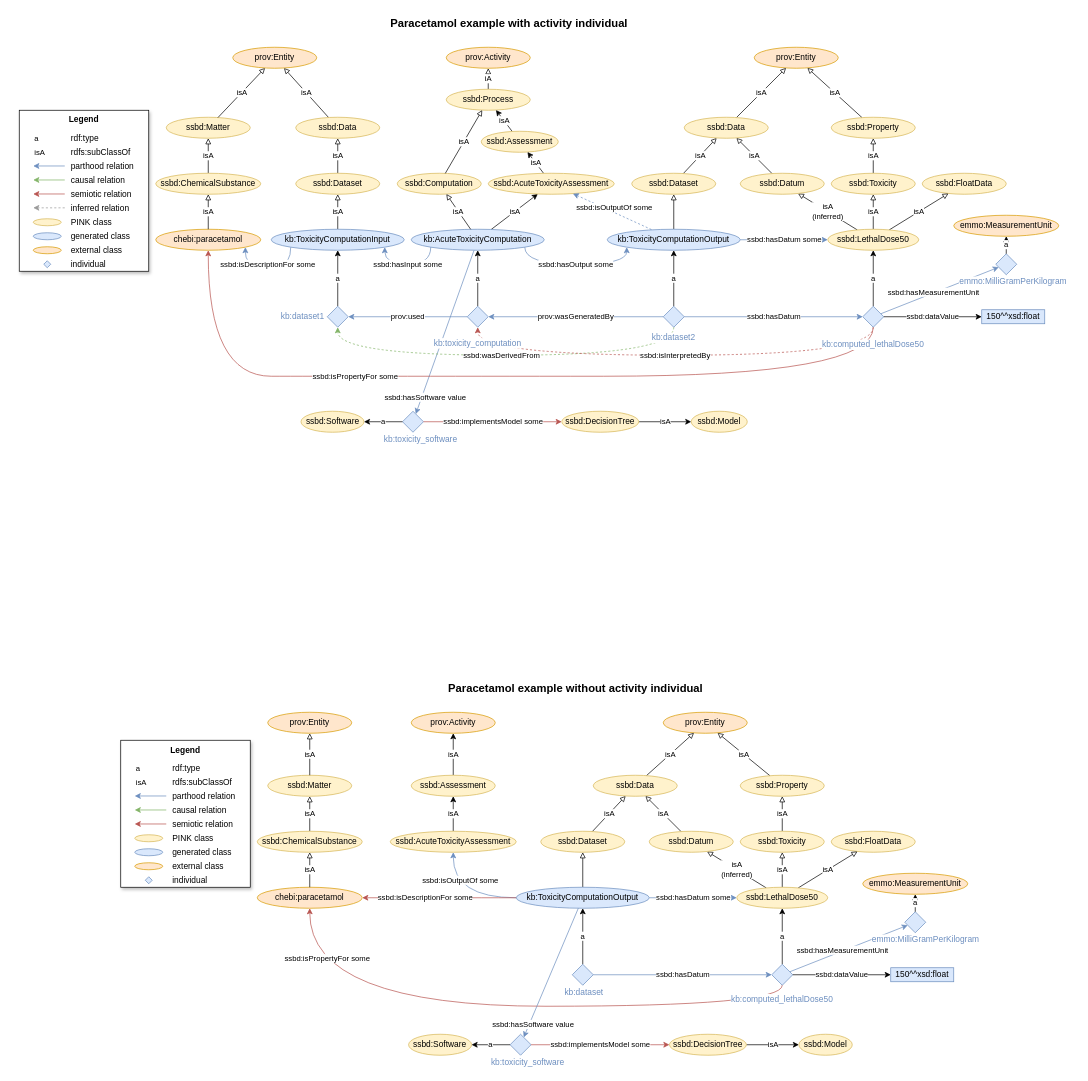
Above: page "example" (6 of 8) of docs/figs/figures.drawio in ssbd-ontology/core (draw.io), before the change. Source tidied: cells renumbered, new cells numbered last; positions are measured from the earlier drawing's top-left corner, leaving out a move shared by most shapes. Both pictures are drawn from the tidied source at 70%, with x=0, y=0 at pixel (12, 12).
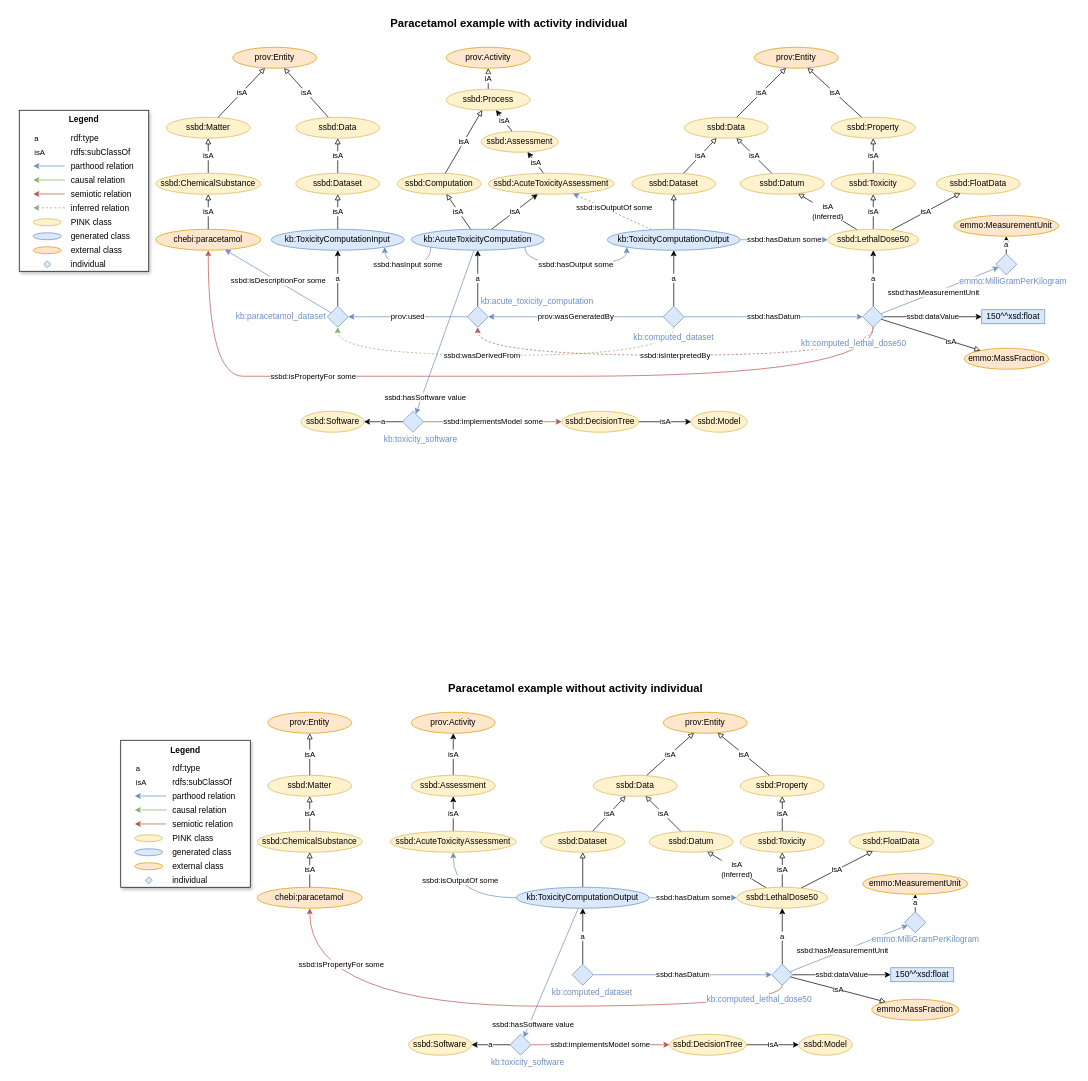
After the change.

Commit message (it also covers changes not shown here):
Added paracetamol example

Unchanged cells that the change refers to:
```xml
<mxCell id="9" value="chebi:paracetamol" style="ellipse;whiteSpace=wrap;html=1;fillColor=#ffe6cc;strokeColor=#d79b00;" parent="1" vertex="1">
  <mxGeometry x="205" y="310" width="150" height="30" as="geometry" />
</mxCell>
<mxCell id="26" value="kb:ToxicityComputationInput" style="ellipse;whiteSpace=wrap;html=1;fillColor=#dae8fc;strokeColor=#6c8ebf;" parent="1" vertex="1">
  <mxGeometry x="370" y="310" width="190" height="30" as="geometry" />
</mxCell>
<mxCell id="28" style="rhombus;whiteSpace=wrap;html=1;fillColor=#dae8fc;strokeColor=#6c8ebf;" parent="1" vertex="1">
  <mxGeometry x="450" y="420" width="30" height="30" as="geometry" />
</mxCell>
<mxCell id="40" style="rhombus;whiteSpace=wrap;html=1;fillColor=#dae8fc;strokeColor=#6c8ebf;" parent="1" vertex="1">
  <mxGeometry x="930" y="420" width="30" height="30" as="geometry" />
</mxCell>
<mxCell id="55" style="rhombus;whiteSpace=wrap;html=1;fillColor=#dae8fc;strokeColor=#6c8ebf;" parent="1" vertex="1">
  <mxGeometry x="1215" y="420" width="30" height="30" as="geometry" />
</mxCell>
<mxCell id="90" value="chebi:paracetamol" style="ellipse;whiteSpace=wrap;html=1;fillColor=#ffe6cc;strokeColor=#d79b00;" parent="1" vertex="1">
  <mxGeometry x="350" y="1250" width="150" height="30" as="geometry" />
</mxCell>
<mxCell id="97" value="kb:ToxicityComputationOutput" style="ellipse;whiteSpace=wrap;html=1;fillColor=#dae8fc;strokeColor=#6c8ebf;" parent="1" vertex="1">
  <mxGeometry x="720" y="1250" width="190" height="30" as="geometry" />
</mxCell>
<mxCell id="110" style="rhombus;whiteSpace=wrap;html=1;fillColor=#dae8fc;strokeColor=#6c8ebf;" parent="1" vertex="1">
  <mxGeometry x="1085" y="1360" width="30" height="30" as="geometry" />
</mxCell>
```

Diff of the diagram source:
```diff
@@
     <mxCell id="7" value="ssbd:wasDerivedFrom" style="edgeStyle=orthogonalEdgeStyle;shape=connector;rounded=0;jettySize=auto;html=1;strokeColor=#82b366;align=center;verticalAlign=middle;fontFamily=Helvetica;fontSize=11;fontColor=default;labelBackgroundColor=default;endArrow=classic;endFill=1;curved=1;fillColor=#d5e8d4;dashed=1;" parent="1" edge="1" source="40" target="28">
-      <mxGeometry x="0.02" relative="1" as="geometry">
+      <mxGeometry x="0.12" relative="1" as="geometry">
         <Array as="points">
           <mxPoint x="945" y="490" />
           <mxPoint x="465" y="490" />
         </Array>
       </mxGeometry>
     </mxCell>
@@
-    <mxCell id="25" value="ssbd:isDescriptionFor some" style="edgeStyle=orthogonalEdgeStyle;shape=connector;rounded=0;jettySize=auto;html=1;strokeColor=#6c8ebf;align=center;verticalAlign=middle;fontFamily=Helvetica;fontSize=11;fontColor=default;labelBackgroundColor=default;endArrow=classic;endFill=1;exitX=0;exitY=1;exitDx=0;exitDy=0;entryX=1;entryY=1;entryDx=0;entryDy=0;curved=1;fillColor=#dae8fc;" parent="1" edge="1" source="26" target="9">
-      <mxGeometry relative="1" as="geometry">
-        <Array as="points">
-          <mxPoint x="365" y="360" />
-          <mxPoint x="365" y="360" />
-        </Array>
-      </mxGeometry>
+    <mxCell id="25" value="ssbd:isDescriptionFor some" style="shape=connector;rounded=0;jettySize=auto;html=1;strokeColor=#6c8ebf;align=center;verticalAlign=middle;fontFamily=Helvetica;fontSize=11;fontColor=default;labelBackgroundColor=default;endArrow=classic;endFill=1;fillColor=#dae8fc;" parent="1" edge="1" source="28" target="9">
+      <mxGeometry relative="1" as="geometry" />
     </mxCell>
@@
-    <mxCell id="29" value="&lt;font color=&quot;#6c8ebf&quot;&gt;kb:dataset1&lt;/font&gt;" style="text;html=1;align=center;verticalAlign=middle;whiteSpace=wrap;rounded=0;labelBackgroundColor=default;" parent="1" vertex="1">
-      <mxGeometry x="380" y="425" width="70" height="20" as="geometry" />
+    <mxCell id="29" value="&lt;font color=&quot;#6c8ebf&quot;&gt;kb:paracetamol_dataset&lt;/font&gt;" style="text;html=1;align=right;verticalAlign=middle;whiteSpace=wrap;rounded=0;labelBackgroundColor=default;" parent="1" vertex="1">
+      <mxGeometry x="320" y="425" width="130" height="20" as="geometry" />
     </mxCell>
@@
-    <mxCell id="41" value="&lt;font color=&quot;#6c8ebf&quot;&gt;kb:dataset2&lt;/font&gt;" style="text;html=1;align=center;verticalAlign=middle;whiteSpace=wrap;rounded=0;labelBackgroundColor=default;" parent="1" vertex="1">
+    <mxCell id="41" value="&lt;font color=&quot;#6c8ebf&quot;&gt;kb:computed_dataset&lt;/font&gt;" style="text;html=1;align=center;verticalAlign=middle;whiteSpace=wrap;rounded=0;labelBackgroundColor=default;" parent="1" vertex="1">
       <mxGeometry x="915" y="455" width="60" height="20" as="geometry" />
     </mxCell>
@@
-    <mxCell id="57" value="ssbd:isPropertyFor some" style="edgeStyle=orthogonalEdgeStyle;shape=connector;rounded=0;jettySize=auto;html=1;strokeColor=#b85450;align=center;verticalAlign=middle;fontFamily=Helvetica;fontSize=11;fontColor=default;labelBackgroundColor=default;endArrow=classic;endFill=1;curved=1;fillColor=#f8cecc;exitX=0.5;exitY=1;exitDx=0;exitDy=0;" parent="1" edge="1" source="55" target="9">
-      <mxGeometry x="0.35" relative="1" as="geometry">
+    <mxCell id="57" value="ssbd:isPropertyFor some" style="edgeStyle=orthogonalEdgeStyle;shape=connector;rounded=0;jettySize=auto;html=1;strokeColor=#b85450;align=center;verticalAlign=middle;fontFamily=Helvetica;fontSize=11;fontColor=default;labelBackgroundColor=default;endArrow=classic;endFill=1;curved=1;fillColor=#f8cecc;exitX=0.5;exitY=1;exitDx=0;exitDy=0;startArrow=none;" parent="1" edge="1" source="55" target="9">
+      <mxGeometry x="0.45" relative="1" as="geometry">
         <Array as="points">
           <mxPoint x="1230" y="520" />
-          <mxPoint x="460" y="500" />
+          <mxPoint x="380" y="470" />
           <mxPoint x="280" y="520" />
         </Array>
       </mxGeometry>
     </mxCell>
-    <mxCell id="58" value="&lt;font color=&quot;#6c8ebf&quot;&gt;kb:computed_lethalDose50&lt;/font&gt;" style="text;html=1;align=center;verticalAlign=middle;whiteSpace=wrap;rounded=0;labelBackgroundColor=default;" parent="1" vertex="1">
-      <mxGeometry x="1200" y="465" width="60" height="20" as="geometry" />
-    </mxCell>
     <mxCell id="59" value="ssbd:FloatData" style="ellipse;whiteSpace=wrap;html=1;fillColor=#fff2cc;strokeColor=#d6b656;" parent="1" vertex="1">
-      <mxGeometry x="1300" y="230" width="120" height="30" as="geometry" />
+      <mxGeometry x="1320" y="230" width="120" height="30" as="geometry" />
     </mxCell>
@@
     <mxCell id="112" value="ssbd:isPropertyFor some" style="edgeStyle=orthogonalEdgeStyle;shape=connector;rounded=0;jettySize=auto;html=1;strokeColor=#b85450;align=center;verticalAlign=middle;fontFamily=Helvetica;fontSize=11;fontColor=default;labelBackgroundColor=default;endArrow=classic;endFill=1;curved=1;fillColor=#f8cecc;exitX=0.5;exitY=1;exitDx=0;exitDy=0;" parent="1" edge="1" source="110" target="90">
-      <mxGeometry x="0.83" y="-25" relative="1" as="geometry">
+      <mxGeometry x="0.81" y="-45" relative="1" as="geometry">
         <Array as="points">
           <mxPoint x="1100" y="1420" />
           <mxPoint x="425" y="1420" />
         </Array>
       </mxGeometry>
     </mxCell>
-    <mxCell id="113" value="kb:computed_lethalDose50" style="text;html=1;align=center;verticalAlign=middle;whiteSpace=wrap;rounded=0;labelBackgroundColor=default;fontColor=#6C8EBF;" parent="1" vertex="1">
-      <mxGeometry x="1070" y="1400" width="60" height="20" as="geometry" />
+    <mxCell id="113" value="kb:computed_lethal_dose50" style="text;html=1;align=center;verticalAlign=middle;whiteSpace=wrap;rounded=0;labelBackgroundColor=default;fontColor=#6C8EBF;" parent="1" vertex="1">
+      <mxGeometry x="1020" y="1400" width="95" height="20" as="geometry" />
     </mxCell>
     <mxCell id="114" value="ssbd:FloatData" style="ellipse;whiteSpace=wrap;html=1;fillColor=#fff2cc;strokeColor=#d6b656;" parent="1" vertex="1">
-      <mxGeometry x="1170" y="1170" width="120" height="30" as="geometry" />
+      <mxGeometry x="1195.8" y="1170" width="120" height="30" as="geometry" />
     </mxCell>
@@
-    <mxCell id="154" value="&lt;font color=&quot;#6c8ebf&quot;&gt;kb:toxicity_computation&lt;/font&gt;" style="text;html=1;align=center;verticalAlign=middle;whiteSpace=wrap;rounded=0;labelBackgroundColor=default;" parent="1" vertex="1">
-      <mxGeometry x="635" y="465" width="60" height="15" as="geometry" />
+    <mxCell id="154" value="&lt;font color=&quot;#6c8ebf&quot;&gt;kb:acute_toxicity_computation&lt;/font&gt;" style="text;html=1;align=center;verticalAlign=middle;whiteSpace=wrap;rounded=0;labelBackgroundColor=default;" parent="1" vertex="1">
+      <mxGeometry x="720" y="405" width="60" height="15" as="geometry" />
     </mxCell>
-    <mxCell id="155" value="kb:dataset" style="text;html=1;align=center;verticalAlign=middle;whiteSpace=wrap;rounded=0;fontColor=#6C8EBF;labelBackgroundColor=default;" parent="1" vertex="1">
-      <mxGeometry x="787" y="1390" width="60" height="20" as="geometry" />
+    <mxCell id="155" value="kb:computed_dataset" style="text;html=1;align=center;verticalAlign=middle;whiteSpace=wrap;rounded=0;fontColor=#6C8EBF;labelBackgroundColor=default;" parent="1" vertex="1">
+      <mxGeometry x="787" y="1390" width="83" height="20" as="geometry" />
     </mxCell>
@@
-    <mxCell id="157" value="ssbd:isDescriptionFor some" style="endArrow=none;html=1;rounded=0;strokeColor=#B85450;align=center;verticalAlign=middle;fontFamily=Helvetica;fontSize=11;fontColor=default;labelBackgroundColor=default;edgeStyle=orthogonalEdgeStyle;curved=1;startFill=1;startArrow=classic;fillColor=#dae8fc;" parent="1" edge="1" source="90" target="97">
-      <mxGeometry x="-0.18" relative="1" as="geometry" />
-    </mxCell>
@@
+    <mxCell id="190" value="emmo:MassFraction" style="ellipse;whiteSpace=wrap;html=1;fillColor=#ffe6cc;strokeColor=#d79b00;" parent="1" vertex="1">
+      <mxGeometry x="1360" y="480" width="120.8" height="30" as="geometry" />
+    </mxCell>
+    <mxCell id="191" value="isA" style="edgeStyle=none;shape=connector;rounded=0;jettySize=auto;html=1;strokeColor=default;align=center;verticalAlign=middle;fontFamily=Helvetica;fontSize=11;fontColor=default;labelBackgroundColor=default;endArrow=block;endFill=0;" parent="1" edge="1" source="55" target="190">
+      <mxGeometry x="0.41" y="-1" relative="1" as="geometry" />
+    </mxCell>
+    <mxCell id="192" value="emmo:MassFraction" style="ellipse;whiteSpace=wrap;html=1;fillColor=#ffe6cc;strokeColor=#d79b00;" parent="1" vertex="1">
+      <mxGeometry x="1227.8" y="1410" width="124.4" height="30" as="geometry" />
+    </mxCell>
+    <mxCell id="193" value="isA" style="edgeStyle=none;shape=connector;rounded=0;jettySize=auto;html=1;strokeColor=default;align=center;verticalAlign=middle;fontFamily=Helvetica;fontSize=11;fontColor=default;labelBackgroundColor=default;endArrow=block;endFill=0;" parent="1" edge="1" source="110" target="192">
+      <mxGeometry relative="1" as="geometry" />
+    </mxCell>
+    <mxCell id="58" value="&lt;font color=&quot;#6c8ebf&quot;&gt;kb:computed_lethal_dose50&lt;/font&gt;" style="text;html=1;align=center;verticalAlign=middle;whiteSpace=wrap;rounded=0;labelBackgroundColor=default;" parent="1" vertex="1">
+      <mxGeometry x="1160" y="464" width="85" height="20" as="geometry" />
+    </mxCell>
```
